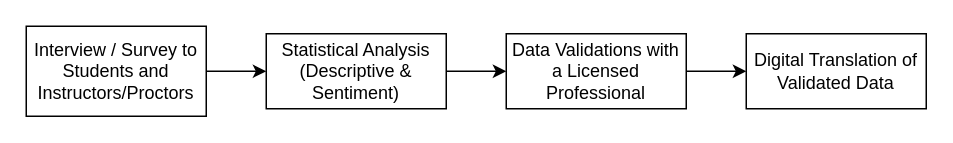
Above: DOCUMENTS/Data Collection.drawio in peteskylight/THESIS_MAIN (draw.io), before the change. Source tidied: cells renumbered, new cells numbered last; positions are measured from the earlier drawing's top-left corner, leaving out a move shared by most shapes. Both pictures are drawn from the tidied source at 150%, with x=0, y=0 at pixel (26, 26).
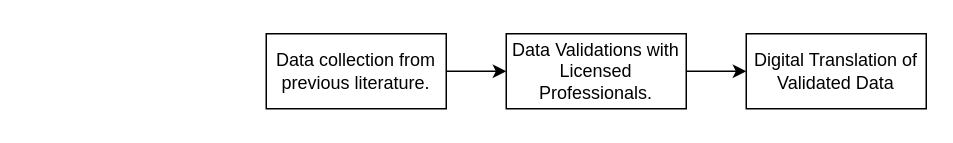
The same page after the edit.

What changed in the source:
```diff
@@
 <mxGraphModel>
   <root>
     <mxCell id="0" />
     <mxCell id="1" parent="0" />
-    <mxCell id="2" style="edgeStyle=orthogonalEdgeStyle;rounded=0;jettySize=auto;html=1;" parent="1" edge="1" source="3" target="5">
-      <mxGeometry relative="1" as="geometry" />
-    </mxCell>
-    <mxCell id="3" value="Interview / Survey to Students and Instructors/Proctors" style="rounded=0;whiteSpace=wrap;html=1;" parent="1" vertex="1">
-      <mxGeometry width="120" height="60" as="geometry" />
-    </mxCell>
     <mxCell id="4" style="edgeStyle=orthogonalEdgeStyle;rounded=0;jettySize=auto;html=1;" parent="1" edge="1" source="5" target="7">
       <mxGeometry relative="1" as="geometry" />
     </mxCell>
-    <mxCell id="5" value="Statistical Analysis (Descriptive &amp;amp; Sentiment)" style="rounded=0;whiteSpace=wrap;html=1;" parent="1" vertex="1">
+    <mxCell id="5" value="Data collection from previous literature." style="rounded=0;whiteSpace=wrap;html=1;" parent="1" vertex="1">
       <mxGeometry x="160" y="5" width="120" height="50" as="geometry" />
     </mxCell>
     <mxCell id="6" style="edgeStyle=orthogonalEdgeStyle;rounded=0;jettySize=auto;html=1;" parent="1" edge="1" source="7" target="8">
       <mxGeometry relative="1" as="geometry" />
     </mxCell>
-    <mxCell id="7" value="Data Validations with a Licensed Professional" style="rounded=0;whiteSpace=wrap;html=1;" parent="1" vertex="1">
+    <mxCell id="7" value="Data Validations with Licensed Professionals." style="rounded=0;whiteSpace=wrap;html=1;" parent="1" vertex="1">
       <mxGeometry x="320" y="5" width="120" height="50" as="geometry" />
     </mxCell>
     <mxCell id="8" value="Digital Translation of Validated Data" style="rounded=0;whiteSpace=wrap;html=1;" parent="1" vertex="1">
       <mxGeometry x="480" y="5" width="120" height="50" as="geometry" />
     </mxCell>
   </root>
 </mxGraphModel>
```
